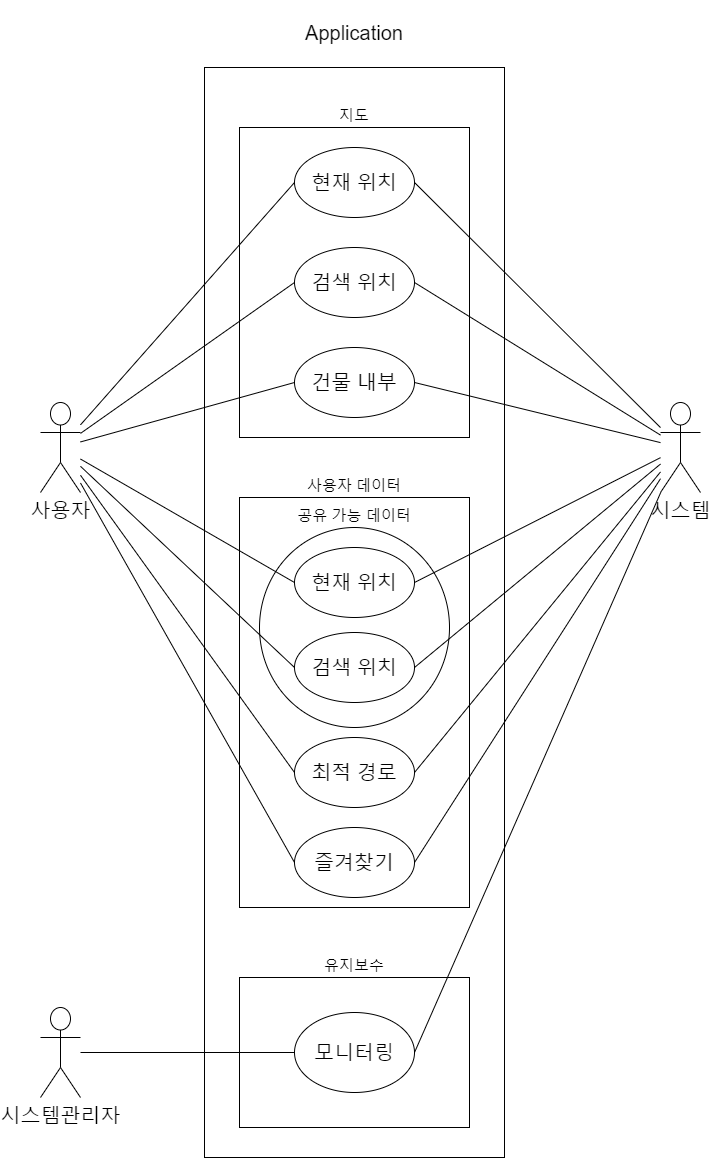
Above: use case 다이어그램.png in droongma/2021spring_41class_team13 (draw.io), before the change. Source tidied: cells renumbered, new cells last; positions are measured from the earlier drawing's top-left corner, leaving out a move shared by most shapes.
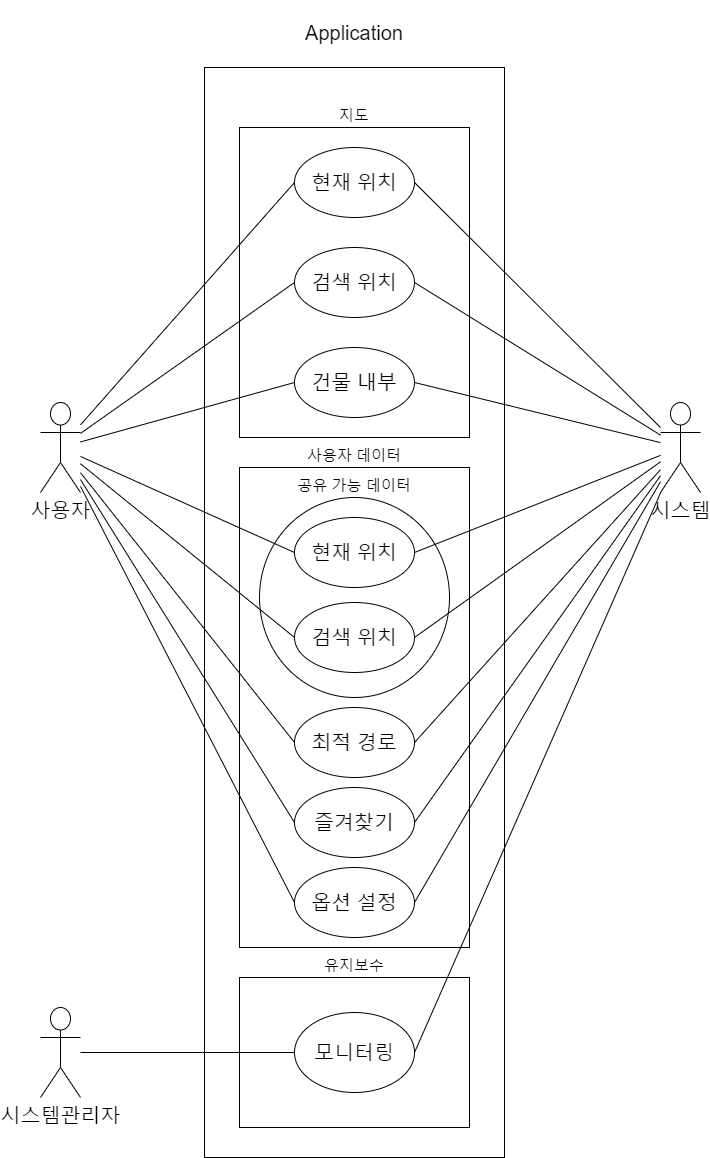
The same file after the commit.

Commit message:
내용 수정으로 인한 재업로드

What changed in the source:
```diff
@@ -24,7 +24,7 @@
       <mxGeometry relative="1" as="geometry" />
     </mxCell>
     <mxCell id="9" value="사용자 데이터" style="rounded=0;whiteSpace=wrap;html=1;fontSize=15;labelPosition=center;verticalLabelPosition=top;align=center;verticalAlign=bottom;" parent="1" vertex="1">
-      <mxGeometry x="199" y="430" width="230" height="410" as="geometry" />
+      <mxGeometry x="199" y="400" width="230" height="480" as="geometry" />
     </mxCell>
     <mxCell id="10" style="edgeStyle=none;rounded=0;jettySize=auto;html=1;entryX=1;entryY=0.5;entryDx=0;entryDy=0;fontSize=20;endArrow=none;endFill=0;targetPerimeterSpacing=-1;" parent="1" edge="1" source="22" target="4">
       <mxGeometry relative="1" as="geometry" />
@@ -39,13 +39,13 @@
       <mxGeometry x="254" y="280" width="120" height="70" as="geometry" />
     </mxCell>
     <mxCell id="14" value="현재 위치" style="ellipse;whiteSpace=wrap;html=1;fontSize=20;" parent="1" vertex="1">
-      <mxGeometry x="254" y="480" width="120" height="70" as="geometry" />
+      <mxGeometry x="254" y="450" width="120" height="70" as="geometry" />
     </mxCell>
     <mxCell id="15" value="검색 위치" style="ellipse;whiteSpace=wrap;html=1;fontSize=20;" parent="1" vertex="1">
-      <mxGeometry x="254" y="565" width="120" height="70" as="geometry" />
+      <mxGeometry x="254" y="535" width="120" height="70" as="geometry" />
     </mxCell>
     <mxCell id="16" value="최적 경로" style="ellipse;whiteSpace=wrap;html=1;fontSize=20;" parent="1" vertex="1">
-      <mxGeometry x="254" y="670" width="120" height="70" as="geometry" />
+      <mxGeometry x="254" y="640" width="120" height="70" as="geometry" />
     </mxCell>
     <mxCell id="17" style="edgeStyle=none;rounded=0;jettySize=auto;html=1;entryX=0;entryY=0.5;entryDx=0;entryDy=0;fontSize=20;endArrow=none;endFill=0;targetPerimeterSpacing=-1;" parent="1" edge="1" source="26" target="14">
       <mxGeometry relative="1" as="geometry" />
@@ -62,6 +62,9 @@
     <mxCell id="21" style="edgeStyle=none;rounded=1;jettySize=auto;html=1;entryX=1;entryY=0.5;entryDx=0;entryDy=0;endArrow=none;endFill=0;" parent="1" edge="1" source="22" target="32">
       <mxGeometry relative="1" as="geometry" />
     </mxCell>
+    <mxCell id="34" style="edgeStyle=none;rounded=0;jettySize=auto;html=1;entryX=1;entryY=0.5;entryDx=0;entryDy=0;endArrow=none;endFill=0;" parent="1" edge="1" source="22" target="36">
+      <mxGeometry relative="1" as="geometry" />
+    </mxCell>
     <mxCell id="22" value="시스템" style="shape=umlActor;verticalLabelPosition=bottom;verticalAlign=top;outlineConnect=0;html=1;fontSize=20;" parent="1" vertex="1">
       <mxGeometry x="620" y="335" width="40" height="90" as="geometry" />
     </mxCell>
@@ -74,6 +77,9 @@
     <mxCell id="25" style="rounded=1;jettySize=auto;html=1;entryX=0;entryY=0.5;entryDx=0;entryDy=0;endArrow=none;endFill=0;" parent="1" edge="1" source="26" target="32">
       <mxGeometry relative="1" as="geometry" />
     </mxCell>
+    <mxCell id="35" style="rounded=0;jettySize=auto;html=1;entryX=0;entryY=0.5;entryDx=0;entryDy=0;endArrow=none;endFill=0;" parent="1" edge="1" source="26" target="36">
+      <mxGeometry relative="1" as="geometry" />
+    </mxCell>
     <mxCell id="26" value="사용자" style="shape=umlActor;verticalLabelPosition=bottom;verticalAlign=top;outlineConnect=0;html=1;fontSize=20;" parent="1" vertex="1">
       <mxGeometry y="335" width="40" height="90" as="geometry" />
     </mxCell>
@@ -93,10 +99,13 @@
       <mxGeometry relative="1" as="geometry" />
     </mxCell>
     <mxCell id="32" value="즐겨찾기" style="ellipse;whiteSpace=wrap;html=1;fontSize=20;" parent="1" vertex="1">
-      <mxGeometry x="254" y="760" width="120" height="70" as="geometry" />
+      <mxGeometry x="254" y="720" width="120" height="70" as="geometry" />
     </mxCell>
     <mxCell id="33" value="공유 가능 데이터" style="ellipse;whiteSpace=wrap;html=1;fillColor=none;labelPosition=center;verticalLabelPosition=top;align=center;verticalAlign=bottom;fontSize=15;" parent="1" vertex="1">
-      <mxGeometry x="219" y="460" width="190" height="200" as="geometry" />
+      <mxGeometry x="219" y="430" width="190" height="200" as="geometry" />
     </mxCell>
+    <mxCell id="36" value="옵션 설정" style="ellipse;whiteSpace=wrap;html=1;fontSize=20;" parent="1" vertex="1">
+      <mxGeometry x="254" y="800" width="120" height="70" as="geometry" />
+    </mxCell>
   </root>
 </mxGraphModel>
```
